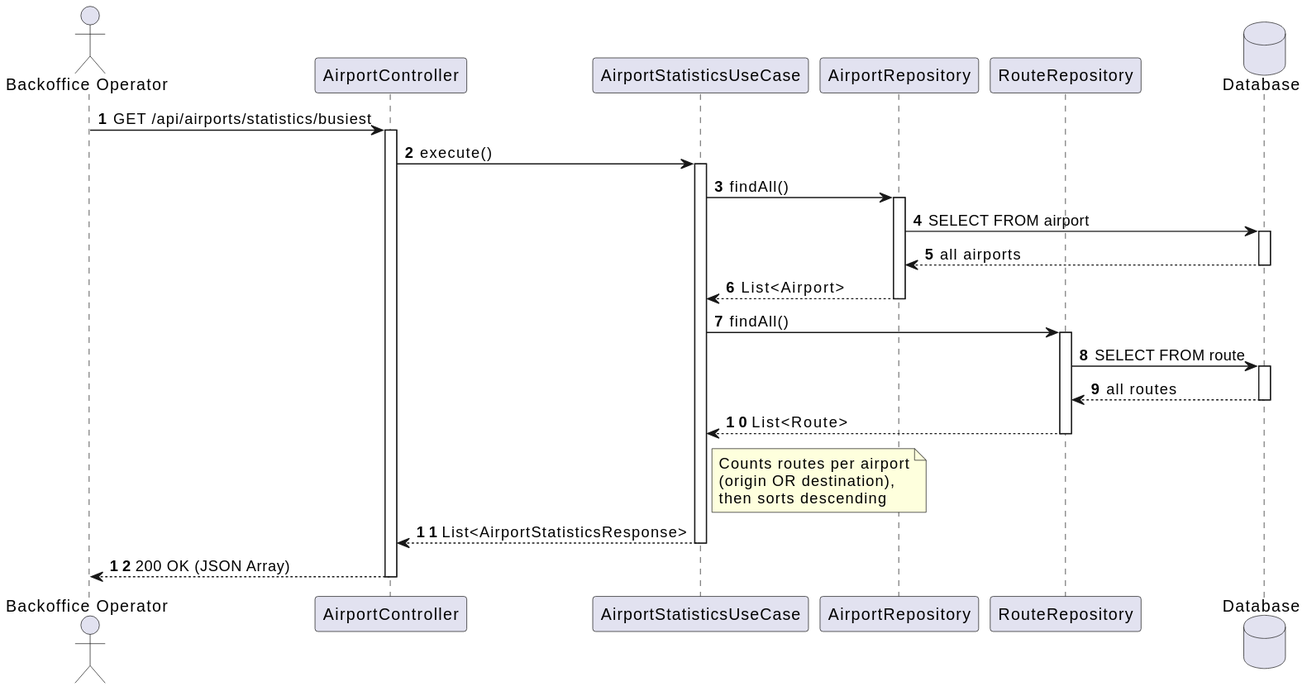
Before: docs/system-documentation/use-cases/WP2B/US210/svg/sd_us210.svg, a diagram exported from PlantUML (VascoMagolo/psoft_1231562_1241692_1242036_2db). Its diagram source:
```plantuml
@startuml
autonumber
actor "Backoffice Operator" as BO
participant "AirportController" as Ctrl
participant "AirportStatisticsUseCase" as UC
participant "AirportRepository" as AirportRepo
participant "RouteRepository" as RouteRepo
database "Database" as DB

BO -> Ctrl : GET /api/airports/statistics/busiest
activate Ctrl

Ctrl -> UC : execute()
activate UC

UC -> AirportRepo : findAll()
activate AirportRepo
AirportRepo -> DB : SELECT FROM airport
activate DB
DB --> AirportRepo : all airports
deactivate DB
AirportRepo --> UC : List<Airport>
deactivate AirportRepo

UC -> RouteRepo : findAll()
activate RouteRepo
RouteRepo -> DB : SELECT FROM route
activate DB
DB --> RouteRepo : all routes
deactivate DB
RouteRepo --> UC : List<Route>
deactivate RouteRepo

note right of UC : Counts routes per airport\n(origin OR destination),\nthen sorts descending

UC --> Ctrl : List<AirportStatisticsResponse>
deactivate UC

Ctrl --> BO : 200 OK (JSON Array)
deactivate Ctrl
@enduml
```
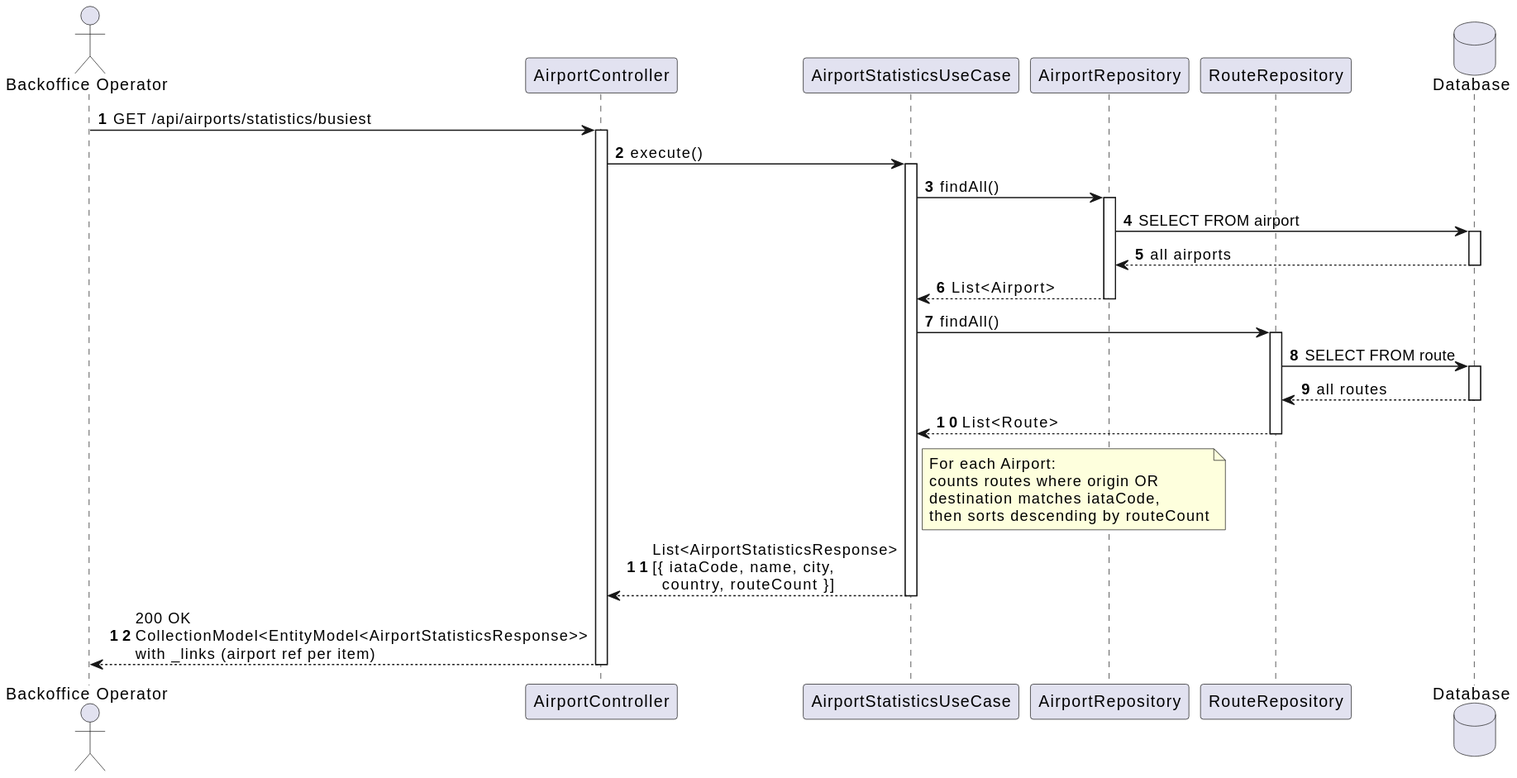
The same diagram one commit later.

The edit, as a diff of the source:
```diff
@@ -31,11 +31,16 @@
 RouteRepo --> UC : List<Route>
 deactivate RouteRepo
 
-note right of UC : Counts routes per airport\n(origin OR destination),\nthen sorts descending
+note right of UC
+  For each Airport:
+  counts routes where origin OR
+  destination matches iataCode,
+  then sorts descending by routeCount
+end note
 
-UC --> Ctrl : List<AirportStatisticsResponse>
+UC --> Ctrl : List<AirportStatisticsResponse>\n[{ iataCode, name, city,\n  country, routeCount }]
 deactivate UC
 
-Ctrl --> BO : 200 OK (JSON Array)
+Ctrl --> BO : 200 OK\nCollectionModel<EntityModel<AirportStatisticsResponse>>\nwith _links (airport ref per item)
 deactivate Ctrl
 @enduml
```
